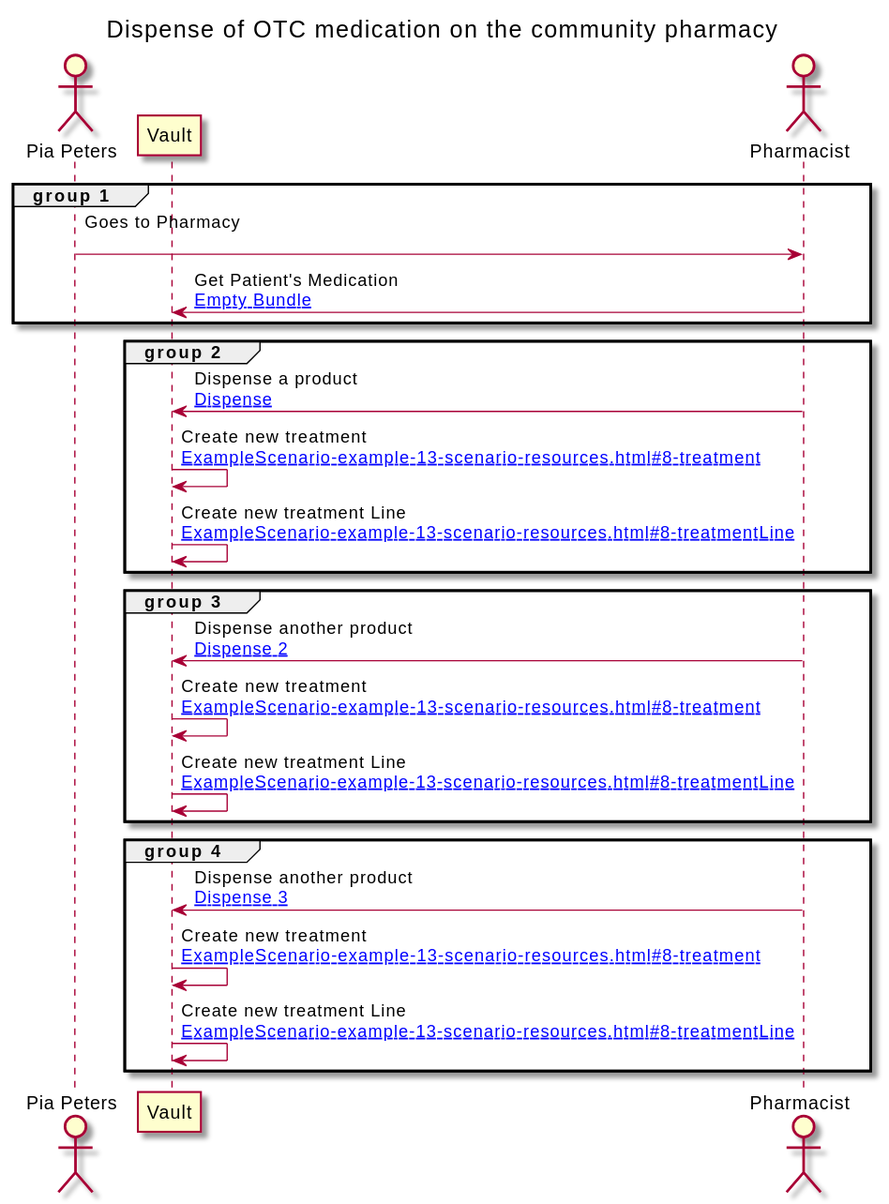
This is branches/riziv/ExampleScenario-example-13-scenario.svg from costateixeira/hl7-be-fhir-medication, a PlantUML export, as it was before one commit.
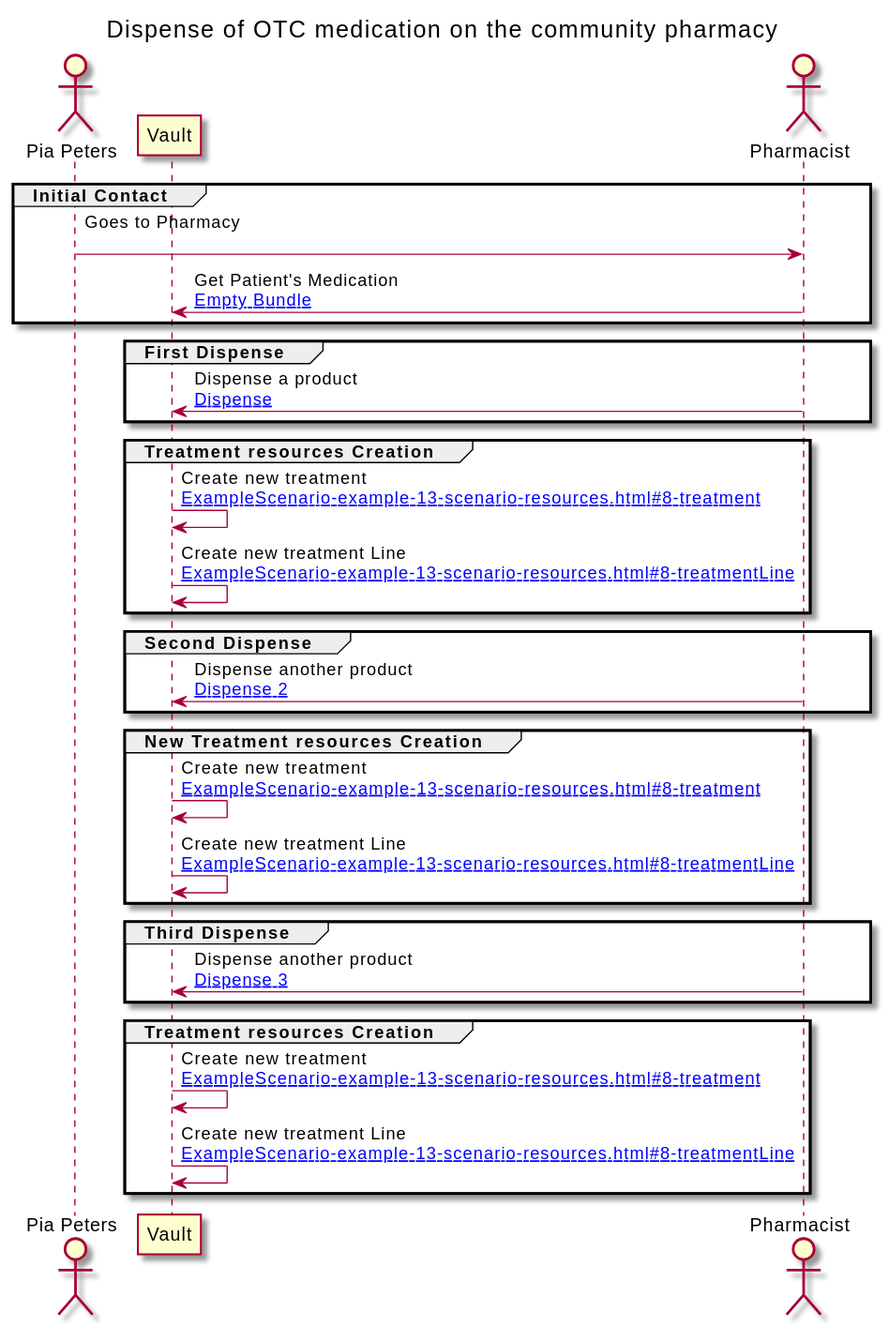
Above is the later version.

Change to the diagram source:
```diff
@@ -12,29 +12,41 @@
 
 
 
-group group 1
+group Initial Contact
 
 PATIENT -> PHARM : Goes to Pharmacy\n
 PHARM -> VAULT : Get Patient's Medication\n[[ExampleScenario-example-13-scenario-resources.html#EB Empty Bundle]]
 end
 
-group group 2
+group First Dispense
 
 PHARM -> VAULT : Dispense a product\n[[ExampleScenario-example-13-scenario-resources.html#13-dispense Dispense]]
+end
+
+group Treatment resources Creation
+
 VAULT -> VAULT : Create new treatment\n[[ExampleScenario-example-13-scenario-resources.html#8-treatment ]]
 VAULT -> VAULT : Create new treatment Line\n[[ExampleScenario-example-13-scenario-resources.html#8-treatmentLine ]]
 end
 
-group group 3
+group Second Dispense
 
 PHARM -> VAULT : Dispense another product\n[[ExampleScenario-example-13-scenario-resources.html#13-dispense-2  Dispense 2]]
+end
+
+group New Treatment resources Creation
+
 VAULT -> VAULT : Create new treatment\n[[ExampleScenario-example-13-scenario-resources.html#8-treatment ]]
 VAULT -> VAULT : Create new treatment Line\n[[ExampleScenario-example-13-scenario-resources.html#8-treatmentLine ]]
 end
 
-group group 4
+group Third Dispense
 
 PHARM -> VAULT : Dispense another product\n[[ExampleScenario-example-13-scenario-resources.html#13-dispense-3  Dispense 3]]
+end
+
+group Treatment resources Creation
+
 VAULT -> VAULT : Create new treatment\n[[ExampleScenario-example-13-scenario-resources.html#8-treatment ]]
 VAULT -> VAULT : Create new treatment Line\n[[ExampleScenario-example-13-scenario-resources.html#8-treatmentLine ]]
 end
```
